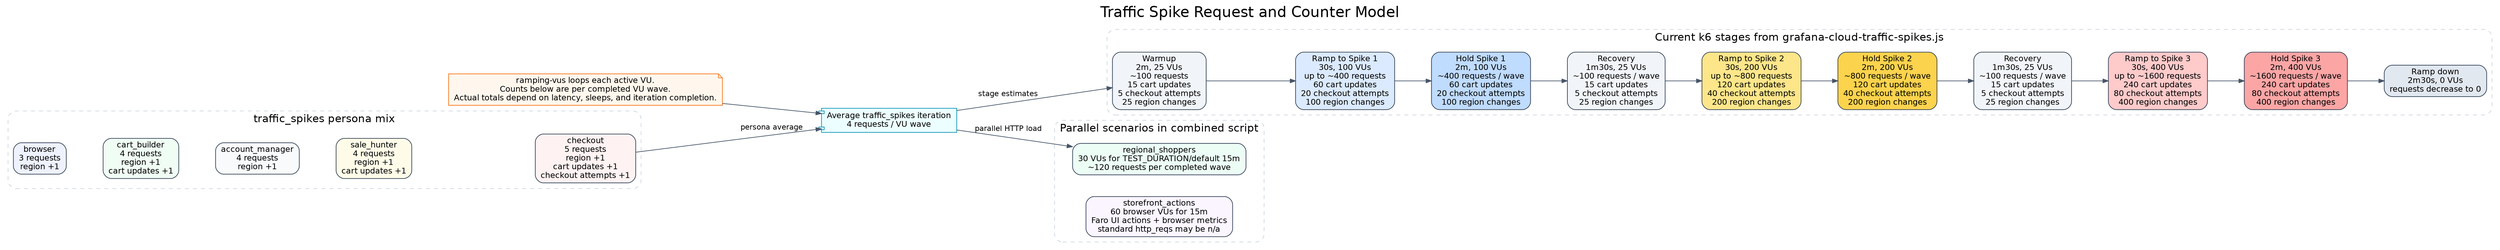
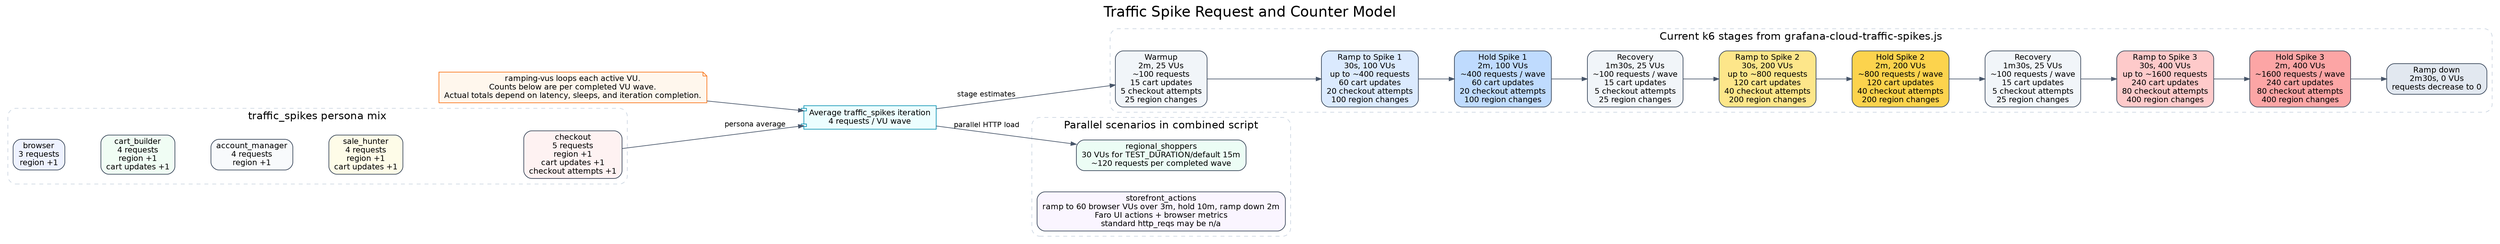
digraph traffic_spike_request_model {
  graph [
    rankdir=LR,
    labelloc=t,
    label="Traffic Spike Request and Counter Model",
    fontsize=22,
    fontname="Helvetica",
    nodesep=0.45,
    ranksep=0.75
  ];

  node [shape=box, style="rounded,filled", fontname="Helvetica", fontsize=12, color="#334155", fillcolor="#f8fafc"];
  edge [color="#475569", arrowsize=0.8, fontname="Helvetica", fontsize=11];

  note [shape=note, fillcolor="#fff7ed", color="#f97316", label="ramping-vus loops each active VU.\nCounts below are per completed VU wave.\nActual totals depend on latency, sleeps, and iteration completion."];
  avg [shape=component, fillcolor="#ecfeff", color="#0891b2", label="Average traffic_spikes iteration\n4 requests / VU wave"];

  subgraph cluster_personas {
    label="traffic_spikes persona mix"; color="#cbd5e1"; style="rounded,dashed"; fontsize=16; fontname="Helvetica";
    browser [label="browser\n3 requests\nregion +1", fillcolor="#eef2ff"];
    cart_builder [label="cart_builder\n4 requests\nregion +1\ncart updates +1", fillcolor="#f0fdf4"];
    account_manager [label="account_manager\n4 requests\nregion +1", fillcolor="#f8fafc"];
    sale_hunter [label="sale_hunter\n4 requests\nregion +1\ncart updates +1", fillcolor="#fefce8"];
    checkout [label="checkout\n5 requests\nregion +1\ncart updates +1\ncheckout attempts +1", fillcolor="#fef2f2"];
    browser -> cart_builder -> account_manager -> sale_hunter -> checkout [style=invis];
  }

  subgraph cluster_stages {
    label="Current k6 stages from grafana-cloud-traffic-spikes.js"; color="#cbd5e1"; style="rounded,dashed"; fontsize=16; fontname="Helvetica";
    warmup [label="Warmup\n2m, 25 VUs\n~100 requests\n15 cart updates\n5 checkout attempts\n25 region changes", fillcolor="#f1f5f9"];
    ramp1 [label="Ramp to Spike 1\n30s, 100 VUs\nup to ~400 requests\n60 cart updates\n20 checkout attempts\n100 region changes", fillcolor="#dbeafe"];
    hold1 [label="Hold Spike 1\n2m, 100 VUs\n~400 requests / wave\n60 cart updates\n20 checkout attempts\n100 region changes", fillcolor="#bfdbfe"];
    recovery1 [label="Recovery\n1m30s, 25 VUs\n~100 requests / wave\n15 cart updates\n5 checkout attempts\n25 region changes", fillcolor="#f1f5f9"];
    ramp2 [label="Ramp to Spike 2\n30s, 200 VUs\nup to ~800 requests\n120 cart updates\n40 checkout attempts\n200 region changes", fillcolor="#fde68a"];
    hold2 [label="Hold Spike 2\n2m, 200 VUs\n~800 requests / wave\n120 cart updates\n40 checkout attempts\n200 region changes", fillcolor="#fcd34d"];
    recovery2 [label="Recovery\n1m30s, 25 VUs\n~100 requests / wave\n15 cart updates\n5 checkout attempts\n25 region changes", fillcolor="#f1f5f9"];
    ramp3 [label="Ramp to Spike 3\n30s, 400 VUs\nup to ~1600 requests\n240 cart updates\n80 checkout attempts\n400 region changes", fillcolor="#fecaca"];
    hold3 [label="Hold Spike 3\n2m, 400 VUs\n~1600 requests / wave\n240 cart updates\n80 checkout attempts\n400 region changes", fillcolor="#fca5a5"];
    rampdown [label="Ramp down\n2m30s, 0 VUs\nrequests decrease to 0", fillcolor="#e2e8f0"];
    warmup -> ramp1 -> hold1 -> recovery1 -> ramp2 -> hold2 -> recovery2 -> ramp3 -> hold3 -> rampdown;
  }

  subgraph cluster_parallel {
    label="Parallel scenarios in combined script"; color="#cbd5e1"; style="rounded,dashed"; fontsize=16; fontname="Helvetica";
    regional [label="regional_shoppers\n30 VUs for TEST_DURATION/default 15m\n~120 requests per completed wave", fillcolor="#ecfdf5"];
-     storefront [label="storefront_actions\n60 browser VUs for 15m\nFaro UI actions + browser metrics\nstandard http_reqs may be n/a", fillcolor="#faf5ff"];
+     storefront [label="storefront_actions\nramp to 60 browser VUs over 3m, hold 10m, ramp down 2m\nFaro UI actions + browser metrics\nstandard http_reqs may be n/a", fillcolor="#faf5ff"];
  }

  note -> avg;
  avg -> warmup [label="stage estimates"];
  avg -> regional [label="parallel HTTP load"];
  checkout -> avg [label="persona average"];
}

